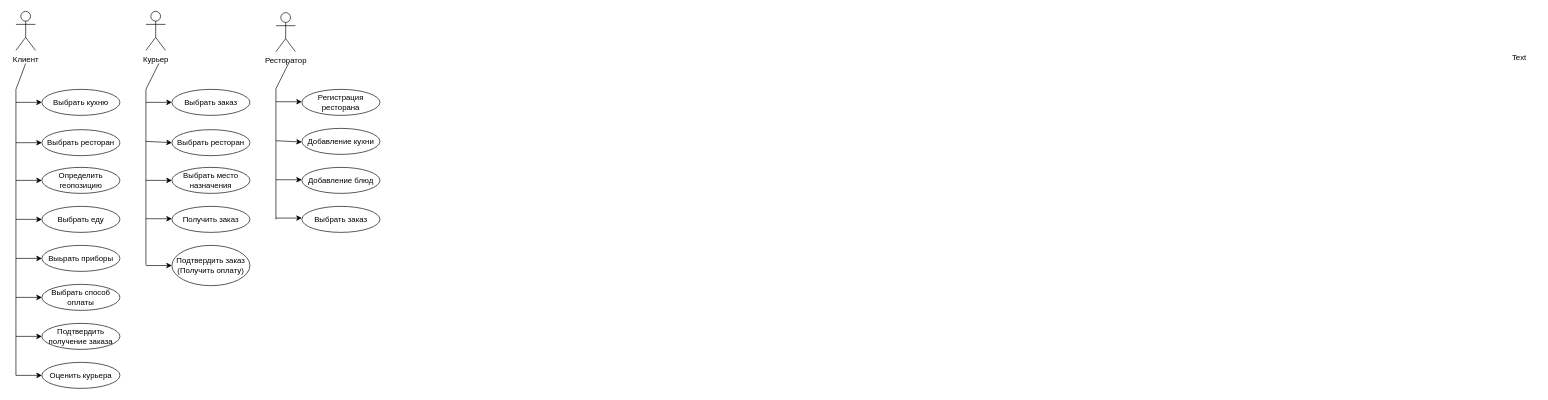
Before: use_case.drawio in randomunrandom/PI, a draw.io diagram. Source tidied: cells renumbered, new cells numbered last; positions are measured from the earlier drawing's top-left corner, leaving out a move shared by most shapes. Both pictures are drawn from the tidied source at 65%, with x=0, y=0 at pixel (16, 11).
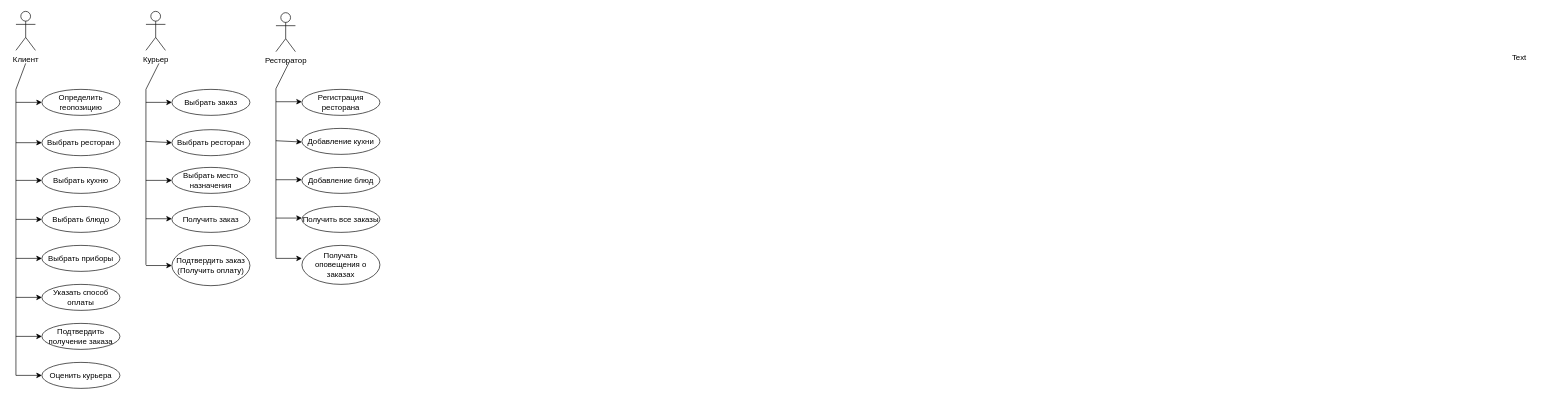
After the change.

Change to the diagram source:
```diff
@@
-    <mxCell id="9" value="Выбрать кухню" style="ellipse;whiteSpace=wrap;html=1;" parent="1" vertex="1">
+    <mxCell id="9" value="&lt;div&gt;Определить геопозицию&lt;/div&gt;" style="ellipse;whiteSpace=wrap;html=1;" parent="1" vertex="1">
       <mxGeometry x="40" y="120" width="120" height="40" as="geometry" />
     </mxCell>
@@
-    <mxCell id="11" value="&lt;div&gt;Определить геопозицию&lt;/div&gt;" style="ellipse;whiteSpace=wrap;html=1;" parent="1" vertex="1">
+    <mxCell id="11" value="Выбрать кухню" style="ellipse;whiteSpace=wrap;html=1;" parent="1" vertex="1">
       <mxGeometry x="40" y="240" width="120" height="40" as="geometry" />
     </mxCell>
-    <mxCell id="12" value="Выбрать еду" style="ellipse;whiteSpace=wrap;html=1;" parent="1" vertex="1">
+    <mxCell id="12" value="Выбрать блюдо" style="ellipse;whiteSpace=wrap;html=1;" parent="1" vertex="1">
       <mxGeometry x="40" y="300" width="120" height="40" as="geometry" />
     </mxCell>
-    <mxCell id="13" value="Выьрать приборы" style="ellipse;whiteSpace=wrap;html=1;" parent="1" vertex="1">
+    <mxCell id="13" value="Выбрать приборы" style="ellipse;whiteSpace=wrap;html=1;" parent="1" vertex="1">
       <mxGeometry x="40" y="360" width="120" height="40" as="geometry" />
     </mxCell>
-    <mxCell id="14" value="Выбрать способ оплаты" style="ellipse;whiteSpace=wrap;html=1;" parent="1" vertex="1">
+    <mxCell id="14" value="Указать способ оплаты" style="ellipse;whiteSpace=wrap;html=1;" parent="1" vertex="1">
       <mxGeometry x="40" y="420" width="120" height="40" as="geometry" />
     </mxCell>
@@
-    <mxCell id="35" value="Выбрать заказ" style="ellipse;whiteSpace=wrap;html=1;" parent="1" vertex="1">
+    <mxCell id="35" value="Получить все заказы" style="ellipse;whiteSpace=wrap;html=1;" parent="1" vertex="1">
       <mxGeometry x="440" y="300" width="120" height="40" as="geometry" />
     </mxCell>
@@
     <mxCell id="42" style="endArrow=none;html=1;" parent="1" edge="1">
       <mxGeometry relative="1" as="geometry">
         <mxPoint x="400" y="119" as="sourcePoint" />
-        <mxPoint x="400" y="320" as="targetPoint" />
+        <mxPoint x="400" y="380" as="targetPoint" />
       </mxGeometry>
     </mxCell>
@@
+    <mxCell id="46" value="Получать оповещения о заказах" style="ellipse;whiteSpace=wrap;html=1;" parent="1" vertex="1">
+      <mxGeometry x="440" y="360" width="120" height="60" as="geometry" />
+    </mxCell>
+    <mxCell id="47" style="rounded=0;orthogonalLoop=1;jettySize=auto;html=1;" parent="1" edge="1">
+      <mxGeometry relative="1" as="geometry">
+        <mxPoint x="400" y="380" as="sourcePoint" />
+        <mxPoint x="440" y="380" as="targetPoint" />
+      </mxGeometry>
+    </mxCell>
```
